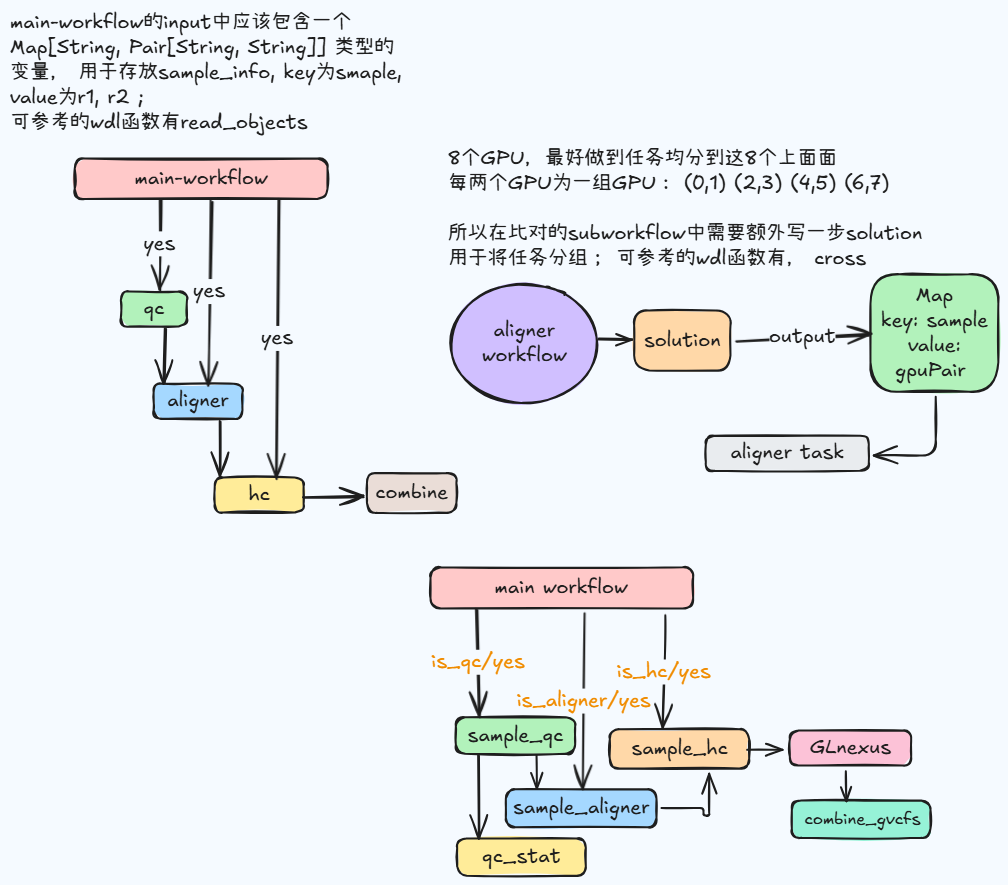
The Excalidraw diagram wdl/draft.excalidraw.png in kevin-furant/scaq, before a commit. Source tidied: one line per element, renumbered; positions are measured from the earlier drawing's top-left corner, leaving out a move shared by most shapes.
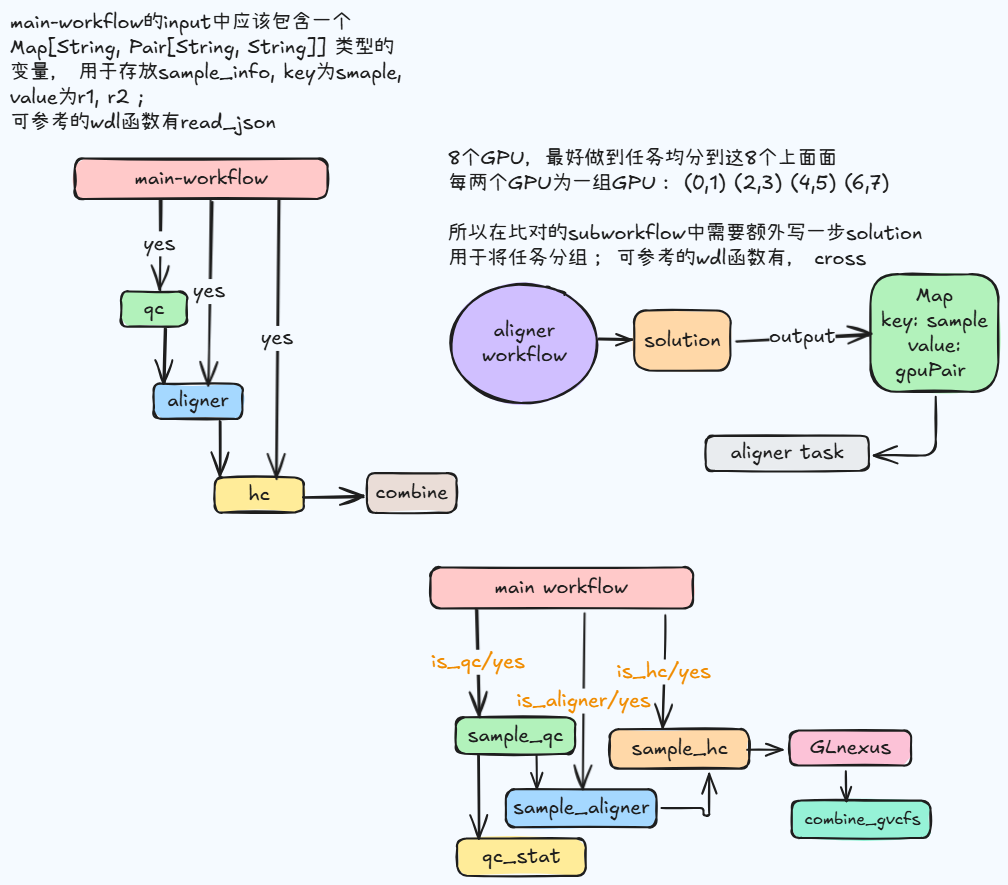
The same file after the commit.

Commit message:
流程图修改

Change to the diagram source:
```diff
@@ -30,7 +30,7 @@
 {"id": 29, "type": "rectangle", "strokeColor": "#1e1e1e", "backgroundColor": "#e9ecef", "fillStyle": "solid", "strokeWidth": 2, "roughness": 1, "round": true, "x": 696, "y": 426, "width": 163, "height": 35}
 {"id": 30, "type": "text", "text": "aligner task", "strokeColor": "#1e1e1e", "strokeWidth": 2, "roughness": 1, "fontSize": 20, "fontFamily": 5, "textAlign": "center", "verticalAlign": "middle", "inside": 29, "x": 721, "y": 431, "width": 114, "height": 25}
 {"id": 31, "type": "arrow", "strokeColor": "#1e1e1e", "strokeWidth": 2, "roughness": 1, "endArrowhead": "arrow", "from": 20, "to": 29, "x": 926, "y": 387, "width": 62, "height": 59, "points": [[0, 0], [0, 59], [-62, 59]]}
-{"id": 32, "type": "text", "text": "main-workflow的input中应该包含一个\nMap[String, Pair[String, String]] 类型的\n变量， 用于存放sample_info, key为smaple,\nvalue为r1, r2 ; \n可参考的wdl函数有read_objects", "strokeColor": "#1e1e1e", "strokeWidth": 2, "roughness": 1, "fontSize": 20, "fontFamily": 5, "x": 0, "y": 0, "width": 395, "height": 125}
+{"id": 32, "type": "text", "text": "main-workflow的input中应该包含一个\nMap[String, Pair[String, String]] 类型的\n变量， 用于存放sample_info, key为smaple,\nvalue为r1, r2 ; \n可参考的wdl函数有read_json", "strokeColor": "#1e1e1e", "strokeWidth": 2, "roughness": 1, "fontSize": 20, "fontFamily": 5, "x": 0, "y": 0, "width": 395, "height": 125}
 {"id": 33, "type": "rectangle", "strokeColor": "#1e1e1e", "backgroundColor": "#ffc9c9", "fillStyle": "solid", "strokeWidth": 2, "roughness": 1, "round": true, "x": 421, "y": 557, "width": 263, "height": 41}
 {"id": 34, "type": "text", "text": "main workflow", "strokeColor": "#1e1e1e", "strokeWidth": 2, "roughness": 1, "fontSize": 20, "fontFamily": 5, "textAlign": "center", "x": 484, "y": 565, "width": 133, "height": 25}
 {"id": 35, "type": "rectangle", "strokeColor": "#1e1e1e", "backgroundColor": "#b2f2bb", "fillStyle": "solid", "strokeWidth": 2, "roughness": 1, "round": true, "x": 446, "y": 707, "width": 119, "height": 37}
```
